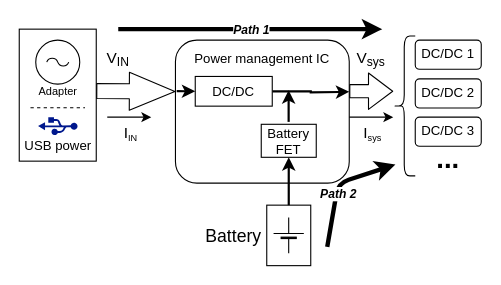
Above: diagram/Untitled Diagram1.4.drawio in huhu6608/3Paths_UPS (draw.io), before the change. Source tidied: cells renumbered, new cells numbered last; positions are measured from the earlier drawing's top-left corner, leaving out a move shared by most shapes. Both pictures are drawn from the tidied source at 110%, with x=0, y=0 at pixel (19, 29).
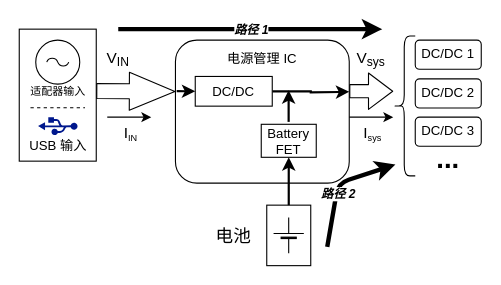
The same page after the edit.

The change refers to these unchanged cells:
```xml
<mxCell id="29" style="endArrow=classic;html=1;fontSize=9;strokeWidth=4;" parent="1" edge="1">
  <mxGeometry relative="1" as="geometry">
    <mxPoint x="90" as="sourcePoint" />
    <mxPoint x="330" as="targetPoint" />
    <Array as="points">
      <mxPoint x="171.2" />
    </Array>
  </mxGeometry>
</mxCell>
<mxCell id="31" style="endArrow=classic;html=1;fontSize=9;strokeWidth=4;" parent="1" edge="1">
  <mxGeometry relative="1" as="geometry">
    <mxPoint x="280" y="198" as="sourcePoint" />
    <mxPoint x="342" y="123" as="targetPoint" />
    <Array as="points">
      <mxPoint x="290" y="140" />
    </Array>
  </mxGeometry>
</mxCell>
```

Change to the diagram source:
```diff
@@
-    <mxCell id="4" value="USB power" style="shadow=0;dashed=0;html=1;strokeColor=none;labelPosition=center;verticalLabelPosition=bottom;verticalAlign=top;align=center;fillColor=#00188D;shape=mxgraph.mscae.enterprise.usb;direction=west;spacing=-3;" parent="1" vertex="1">
+    <mxCell id="4" value="USB 输入" style="shadow=0;dashed=0;html=1;strokeColor=none;labelPosition=center;verticalLabelPosition=bottom;verticalAlign=top;align=center;fillColor=#00188D;shape=mxgraph.mscae.enterprise.usb;direction=west;spacing=-3;" parent="1" vertex="1">
       <mxGeometry x="17.1" y="80" width="35.9" height="16.5" as="geometry" />
     </mxCell>
-    <mxCell id="5" value="&lt;font style=&quot;font-size: 10px&quot;&gt;Adapter&lt;/font&gt;" style="verticalLabelPosition=bottom;shadow=0;dashed=0;align=center;html=1;verticalAlign=top;shape=mxgraph.electrical.signal_sources.ac_source;fontSize=10;spacing=-4;" parent="1" vertex="1">
+    <mxCell id="5" value="适配器输入" style="verticalLabelPosition=bottom;shadow=0;dashed=0;align=center;html=1;verticalAlign=top;shape=mxgraph.electrical.signal_sources.ac_source;fontSize=10;spacing=-4;" parent="1" vertex="1">
       <mxGeometry x="15" y="10" width="40" height="40" as="geometry" />
     </mxCell>
-    <mxCell id="6" value="&lt;p style=&quot;line-height: 120%; font-size: 12px;&quot;&gt;Power management IC&lt;/p&gt;" style="rounded=1;whiteSpace=wrap;html=1;verticalAlign=bottom;fontSize=12;labelPosition=center;verticalLabelPosition=top;align=center;spacingTop=0;spacing=-36;" parent="1" vertex="1">
+    <mxCell id="6" value="&lt;p style=&quot;line-height: 120% ; font-size: 12px&quot;&gt;电源管理 IC&lt;/p&gt;" style="rounded=1;whiteSpace=wrap;html=1;verticalAlign=bottom;fontSize=12;labelPosition=center;verticalLabelPosition=top;align=center;spacingTop=0;spacing=-36;" parent="1" vertex="1">
       <mxGeometry x="142" y="10" width="158" height="130" as="geometry" />
     </mxCell>
@@
-    <mxCell id="28" value="&lt;font style=&quot;font-size: 16px&quot;&gt;Battery&lt;/font&gt;" style="text;html=1;strokeColor=none;fillColor=none;align=center;verticalAlign=middle;whiteSpace=wrap;rounded=0;fontSize=10;" parent="1" vertex="1">
+    <mxCell id="28" value="&lt;font style=&quot;font-size: 16px&quot;&gt;电池&lt;/font&gt;" style="text;html=1;strokeColor=none;fillColor=none;align=center;verticalAlign=middle;whiteSpace=wrap;rounded=0;fontSize=10;" parent="1" vertex="1">
       <mxGeometry x="175" y="177.5" width="40" height="20" as="geometry" />
     </mxCell>
@@
-    <mxCell id="30" value="Path 1" style="edgeLabel;html=1;align=center;verticalAlign=middle;fontStyle=3;" parent="29" vertex="1">
+    <mxCell id="30" value="路径 1" style="edgeLabel;html=1;align=center;verticalAlign=middle;fontStyle=3;" parent="29" vertex="1">
       <mxGeometry relative="1" as="geometry" />
     </mxCell>
@@
-    <mxCell id="32" value="Path 2" style="edgeLabel;html=1;align=center;verticalAlign=middle;fontStyle=3;" parent="31" vertex="1">
+    <mxCell id="32" value="路径 2" style="edgeLabel;html=1;align=center;verticalAlign=middle;fontStyle=3;" parent="31" vertex="1">
       <mxGeometry relative="1" as="geometry">
         <mxPoint y="8" as="offset" />
       </mxGeometry>
     </mxCell>
```
